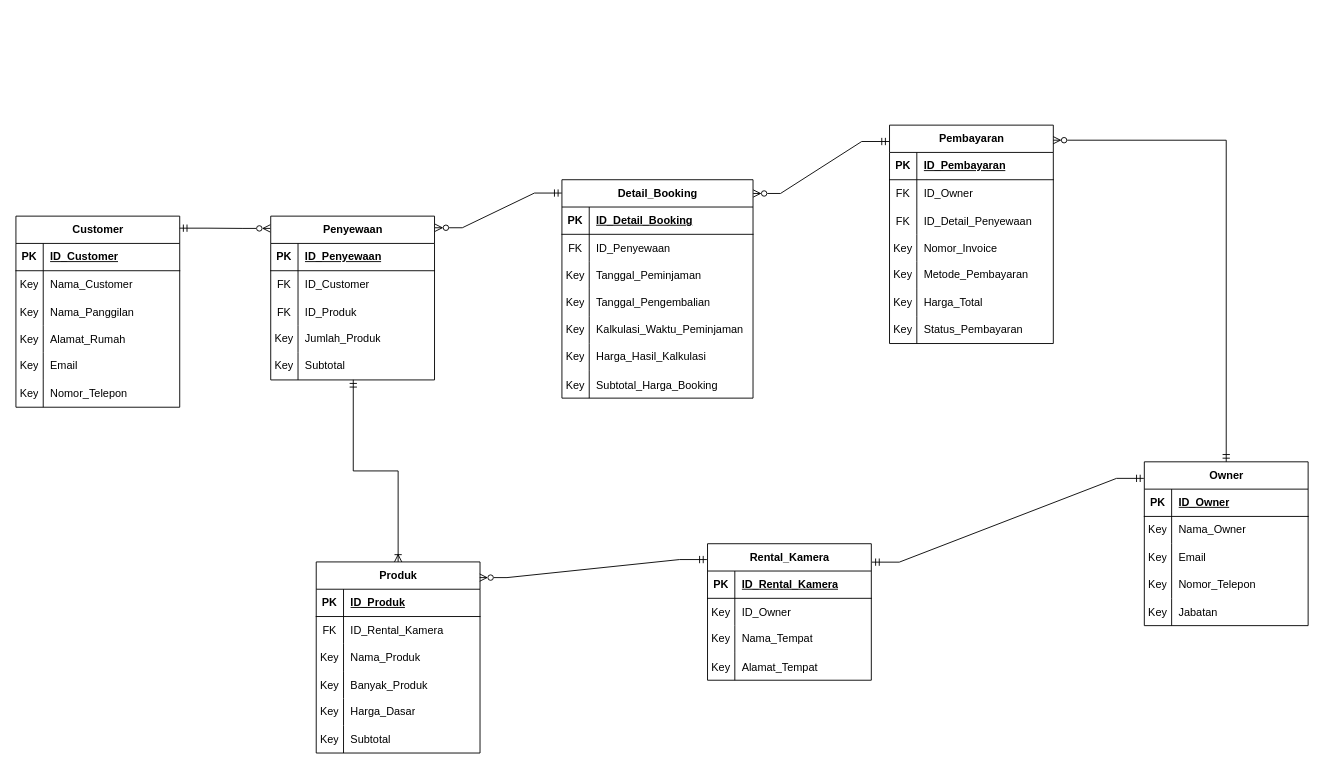
Earlier version of the draw.io diagram sistem-rental-kamera.drawio (King-Ag-Jv/Project-Atrem). Source tidied: cells renumbered, new cells numbered last; positions are measured from the earlier drawing's top-left corner, leaving out a move shared by most shapes. Both pictures are drawn from the tidied source at 91%, with x=0, y=0 at pixel (15, 125).
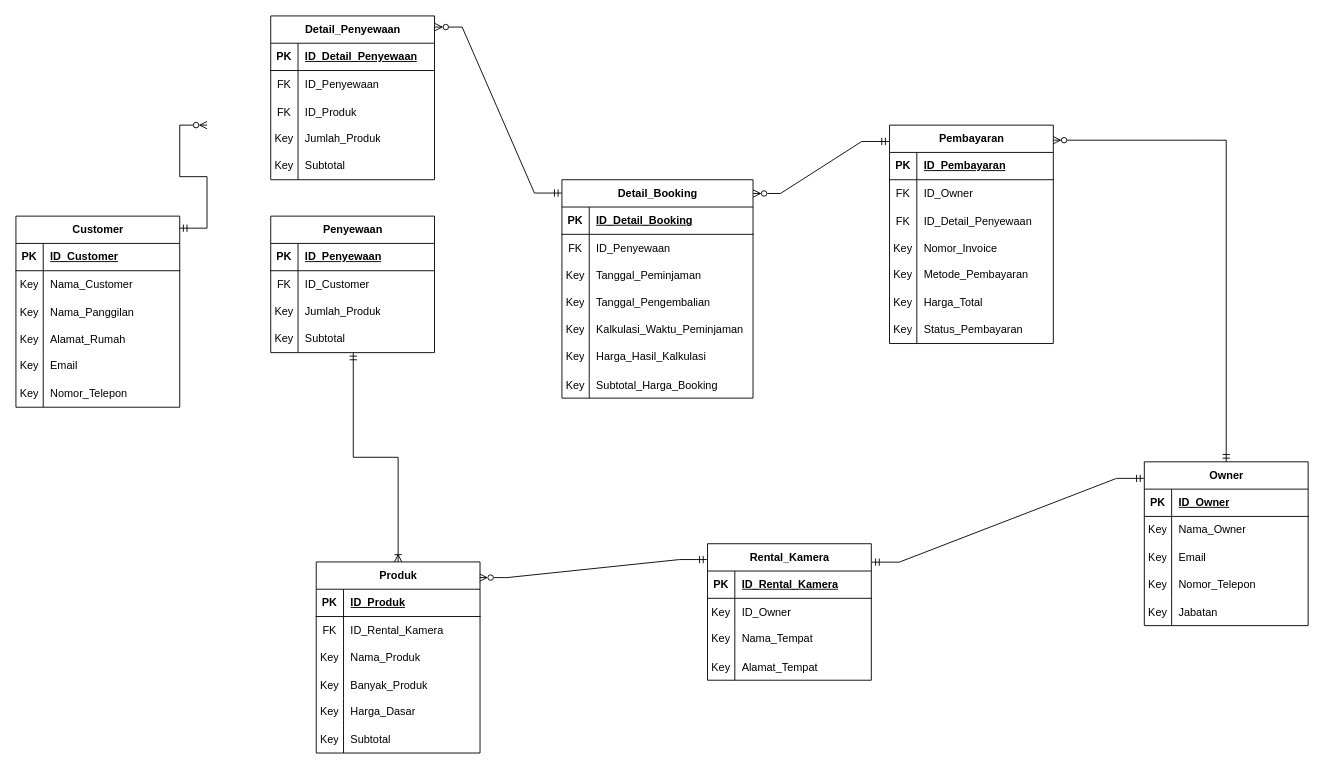
After the change.

Unchanged cells that the change refers to:
```xml
<mxCell id="53" value="Customer" style="shape=table;startSize=30;childLayout=tableLayout;rowLines=0;fontStyle=1;align=center;html=1;" parent="1" vertex="1">
  <mxGeometry y="100" width="180" height="210" as="geometry" />
</mxCell>
<mxCell id="94" value="Detail_Booking" style="shape=table;startSize=30;childLayout=tableLayout;rowLines=0;fontStyle=1;align=center;html=1;" parent="1" vertex="1">
  <mxGeometry x="600" y="60" width="210" height="240" as="geometry" />
</mxCell>
```

Change to the diagram source:
```diff
@@
     <mxCell id="21" value="Penyewaan" style="shape=table;startSize=30;childLayout=tableLayout;rowLines=0;fontStyle=1;align=center;html=1;" parent="1" vertex="1">
-      <mxGeometry x="280" y="100" width="180" height="180" as="geometry" />
+      <mxGeometry x="280" y="100" width="180" height="150" as="geometry" />
     </mxCell>
@@
-    <mxCell id="28" style="shape=tableRow;horizontal=0;startSize=0;swimlaneHead=0;swimlaneBody=0;fillColor=none;top=0;left=0;right=0;bottom=0;" parent="21" vertex="1">
-      <mxGeometry y="90" width="180" height="30" as="geometry" />
-    </mxCell>
-    <mxCell id="29" value="FK" style="shape=partialRectangle;fillColor=none;top=0;left=0;bottom=0;right=0;overflow=hidden;" parent="28" vertex="1">
-      <mxGeometry width="30" height="30" as="geometry" />
-    </mxCell>
-    <mxCell id="30" value="ID_Produk" style="shape=partialRectangle;fillColor=none;top=0;left=0;bottom=0;right=0;align=left;spacingLeft=6;overflow=hidden;" parent="28" vertex="1">
-      <mxGeometry x="30" width="150" height="30" as="geometry" />
-    </mxCell>
     <mxCell id="31" style="shape=tableRow;horizontal=0;startSize=0;swimlaneHead=0;swimlaneBody=0;fillColor=none;top=0;left=0;right=0;bottom=0;" parent="21" vertex="1">
-      <mxGeometry y="120" width="180" height="30" as="geometry" />
+      <mxGeometry y="90" width="180" height="30" as="geometry" />
     </mxCell>
@@
     <mxCell id="34" style="shape=tableRow;horizontal=0;startSize=0;swimlaneHead=0;swimlaneBody=0;fillColor=none;points=[[0,0.5],[1,0.5]];portConstraint=eastwest;top=0;left=0;right=0;bottom=0;" parent="21" vertex="1">
-      <mxGeometry y="150" width="180" height="30" as="geometry" />
+      <mxGeometry y="120" width="180" height="30" as="geometry" />
     </mxCell>
@@
-    <mxCell id="131" style="edgeStyle=entityRelationEdgeStyle;fontSize=12;html=1;endArrow=ERmandOne;endFill=0;rounded=0;startArrow=ERzeroToMany;startFill=0;entryX=-0.001;entryY=0.061;entryDx=0;entryDy=0;entryPerimeter=0;exitX=1.003;exitY=0.071;exitDx=0;exitDy=0;exitPerimeter=0;" parent="1" edge="1" source="21" target="94">
+    <mxCell id="131" style="edgeStyle=entityRelationEdgeStyle;fontSize=12;html=1;endArrow=ERmandOne;endFill=0;rounded=0;startArrow=ERzeroToMany;startFill=0;entryX=-0.001;entryY=0.061;entryDx=0;entryDy=0;entryPerimeter=0;exitX=1.002;exitY=0.068;exitDx=0;exitDy=0;exitPerimeter=0;" parent="1" edge="1" source="136" target="94">
       <mxGeometry relative="1" as="geometry" />
     </mxCell>
@@
-    <mxCell id="135" style="edgeStyle=entityRelationEdgeStyle;fontSize=12;html=1;endArrow=ERzeroToMany;endFill=0;rounded=0;startArrow=ERmandOne;startFill=0;entryX=-0.003;entryY=0.075;entryDx=0;entryDy=0;entryPerimeter=0;exitX=1;exitY=0.063;exitDx=0;exitDy=0;exitPerimeter=0;" parent="1" edge="1" source="53" target="21">
-      <mxGeometry relative="1" as="geometry" />
+    <mxCell id="135" style="edgeStyle=entityRelationEdgeStyle;fontSize=12;html=1;endArrow=ERzeroToMany;endFill=0;rounded=0;startArrow=ERmandOne;startFill=0;exitX=1;exitY=0.063;exitDx=0;exitDy=0;exitPerimeter=0;" parent="1" edge="1" source="53">
+      <mxGeometry relative="1" as="geometry">
+        <mxPoint x="210" as="targetPoint" />
+      </mxGeometry>
     </mxCell>
+    <mxCell id="136" value="Detail_Penyewaan" style="shape=table;startSize=30;childLayout=tableLayout;rowLines=0;fontStyle=1;align=center;html=1;" parent="1" vertex="1">
+      <mxGeometry x="280" y="-120" width="180" height="180" as="geometry" />
+    </mxCell>
+    <mxCell id="137" style="shape=tableRow;horizontal=0;startSize=0;swimlaneHead=0;swimlaneBody=0;fillColor=none;top=0;left=0;right=0;bottom=1;" parent="136" vertex="1">
+      <mxGeometry y="30" width="180" height="30" as="geometry" />
+    </mxCell>
+    <mxCell id="138" value="PK" style="shape=partialRectangle;fillColor=none;top=0;left=0;bottom=0;right=0;fontStyle=1;overflow=hidden;whiteSpace=wrap;html=1;" parent="137" vertex="1">
+      <mxGeometry width="30" height="30" as="geometry" />
+    </mxCell>
+    <mxCell id="139" value="ID_Detail_Penyewaan" style="shape=partialRectangle;fillColor=none;top=0;left=0;bottom=0;right=0;align=left;spacingLeft=6;fontStyle=5;overflow=hidden;whiteSpace=wrap;html=1;" parent="137" vertex="1">
+      <mxGeometry x="30" width="150" height="30" as="geometry" />
+    </mxCell>
+    <mxCell id="140" style="shape=tableRow;horizontal=0;startSize=0;swimlaneHead=0;swimlaneBody=0;fillColor=none;top=0;left=0;right=0;bottom=0;" parent="136" vertex="1">
+      <mxGeometry y="60" width="180" height="30" as="geometry" />
+    </mxCell>
+    <mxCell id="141" value="FK" style="shape=partialRectangle;fillColor=none;top=0;left=0;bottom=0;right=0;overflow=hidden;" parent="140" vertex="1">
+      <mxGeometry width="30" height="30" as="geometry" />
+    </mxCell>
+    <mxCell id="142" value="ID_Penyewaan" style="shape=partialRectangle;fillColor=none;top=0;left=0;bottom=0;right=0;align=left;spacingLeft=6;overflow=hidden;" parent="140" vertex="1">
+      <mxGeometry x="30" width="150" height="30" as="geometry" />
+    </mxCell>
+    <mxCell id="28" style="shape=tableRow;horizontal=0;startSize=0;swimlaneHead=0;swimlaneBody=0;fillColor=none;top=0;left=0;right=0;bottom=0;" parent="136" vertex="1">
+      <mxGeometry y="90" width="180" height="30" as="geometry" />
+    </mxCell>
+    <mxCell id="143" value="FK" style="shape=partialRectangle;fillColor=none;top=0;left=0;bottom=0;right=0;overflow=hidden;" parent="28" vertex="1">
+      <mxGeometry width="30" height="30" as="geometry" />
+    </mxCell>
+    <mxCell id="30" value="ID_Produk" style="shape=partialRectangle;fillColor=none;top=0;left=0;bottom=0;right=0;align=left;spacingLeft=6;overflow=hidden;" parent="28" vertex="1">
+      <mxGeometry x="30" width="150" height="30" as="geometry" />
+    </mxCell>
+    <mxCell id="144" style="shape=tableRow;horizontal=0;startSize=0;swimlaneHead=0;swimlaneBody=0;fillColor=none;top=0;left=0;right=0;bottom=0;" parent="136" vertex="1">
+      <mxGeometry y="120" width="180" height="30" as="geometry" />
+    </mxCell>
+    <mxCell id="145" value="Key" style="shape=partialRectangle;fillColor=none;top=0;left=0;bottom=0;right=0;overflow=hidden;whiteSpace=wrap;html=1;" parent="144" vertex="1">
+      <mxGeometry width="30" height="30" as="geometry" />
+    </mxCell>
+    <mxCell id="146" value="Jumlah_Produk" style="shape=partialRectangle;fillColor=none;top=0;left=0;bottom=0;right=0;align=left;spacingLeft=6;overflow=hidden;whiteSpace=wrap;html=1;" parent="144" vertex="1">
+      <mxGeometry x="30" width="150" height="30" as="geometry" />
+    </mxCell>
+    <mxCell id="147" style="shape=tableRow;horizontal=0;startSize=0;swimlaneHead=0;swimlaneBody=0;fillColor=none;top=0;left=0;right=0;bottom=0;" parent="136" vertex="1">
+      <mxGeometry y="150" width="180" height="30" as="geometry" />
+    </mxCell>
+    <mxCell id="148" value="Key" style="shape=partialRectangle;fillColor=none;top=0;left=0;bottom=0;right=0;overflow=hidden;whiteSpace=wrap;html=1;" parent="147" vertex="1">
+      <mxGeometry width="30" height="30" as="geometry" />
+    </mxCell>
+    <mxCell id="149" value="Subtotal" style="shape=partialRectangle;fillColor=none;top=0;left=0;bottom=0;right=0;align=left;spacingLeft=6;overflow=hidden;whiteSpace=wrap;html=1;" parent="147" vertex="1">
+      <mxGeometry x="30" width="150" height="30" as="geometry" />
+    </mxCell>
```
